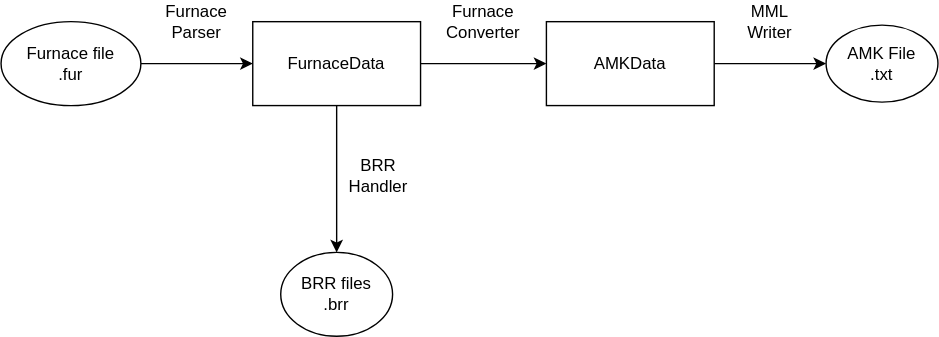
This is doc/fur2amk_arch.svg from schematuna/fur2amk, a draw.io export, as it was before one commit. Source tidied: cells renumbered, new cells last; positions are measured from the earlier drawing's top-left corner, leaving out a move shared by most shapes. The source it was exported from:
```xml
<mxGraphModel>
  <root>
    <mxCell id="0" />
    <mxCell id="1" parent="0" />
    <mxCell id="2" style="edgeStyle=orthogonalEdgeStyle;rounded=0;jettySize=auto;html=1;" parent="1" edge="1" source="3" target="6">
      <mxGeometry relative="1" as="geometry" />
    </mxCell>
    <mxCell id="3" value="&lt;div&gt;Furnace file&lt;/div&gt;&lt;div&gt;.fur&lt;/div&gt;" style="ellipse;whiteSpace=wrap;html=1;" parent="1" vertex="1">
      <mxGeometry y="15" width="100" height="60" as="geometry" />
    </mxCell>
    <mxCell id="4" style="edgeStyle=orthogonalEdgeStyle;rounded=0;jettySize=auto;html=1;" parent="1" edge="1" source="6" target="9">
      <mxGeometry relative="1" as="geometry" />
    </mxCell>
    <mxCell id="5" style="edgeStyle=orthogonalEdgeStyle;rounded=0;jettySize=auto;html=1;" parent="1" edge="1" source="6" target="13">
      <mxGeometry relative="1" as="geometry" />
    </mxCell>
    <mxCell id="6" value="&lt;div&gt;FurnaceData&lt;/div&gt;" style="whiteSpace=wrap;html=1;" parent="1" vertex="1">
      <mxGeometry x="180" y="15" width="120" height="60" as="geometry" />
    </mxCell>
    <mxCell id="7" value="&lt;div&gt;Furnace Parser&lt;/div&gt;" style="text;html=1;whiteSpace=wrap;strokeColor=none;fillColor=none;align=center;verticalAlign=middle;rounded=0;" parent="1" vertex="1">
      <mxGeometry x="110" width="60" height="30" as="geometry" />
    </mxCell>
    <mxCell id="8" style="edgeStyle=orthogonalEdgeStyle;rounded=0;jettySize=auto;html=1;" parent="1" edge="1" source="9" target="11">
      <mxGeometry relative="1" as="geometry" />
    </mxCell>
    <mxCell id="9" value="AMKData" style="whiteSpace=wrap;html=1;" parent="1" vertex="1">
      <mxGeometry x="390" y="15" width="120" height="60" as="geometry" />
    </mxCell>
    <mxCell id="10" value="&lt;div&gt;Furnace&lt;/div&gt;&lt;div&gt;Converter&lt;/div&gt;" style="text;html=1;whiteSpace=wrap;strokeColor=none;fillColor=none;align=center;verticalAlign=middle;rounded=0;" parent="1" vertex="1">
      <mxGeometry x="315" width="60" height="30" as="geometry" />
    </mxCell>
    <mxCell id="11" value="&lt;div&gt;AMK File&lt;/div&gt;&lt;div&gt;.txt&lt;/div&gt;" style="ellipse;whiteSpace=wrap;html=1;" parent="1" vertex="1">
      <mxGeometry x="590" y="17.5" width="80" height="55" as="geometry" />
    </mxCell>
    <mxCell id="12" value="&lt;div&gt;MML&lt;/div&gt;&lt;div&gt;Writer&lt;/div&gt;" style="text;html=1;whiteSpace=wrap;strokeColor=none;fillColor=none;align=center;verticalAlign=middle;rounded=0;" parent="1" vertex="1">
      <mxGeometry x="520" width="60" height="30" as="geometry" />
    </mxCell>
    <mxCell id="13" value="&lt;div&gt;BRR files&lt;/div&gt;&lt;div&gt;.brr&lt;/div&gt;" style="ellipse;whiteSpace=wrap;html=1;" parent="1" vertex="1">
      <mxGeometry x="200" y="180" width="80" height="60" as="geometry" />
    </mxCell>
    <mxCell id="14" value="&lt;div&gt;BRR&lt;/div&gt;&lt;div&gt;Handler&lt;/div&gt;" style="text;html=1;whiteSpace=wrap;strokeColor=none;fillColor=none;align=center;verticalAlign=middle;rounded=0;" parent="1" vertex="1">
      <mxGeometry x="240" y="110" width="60" height="30" as="geometry" />
    </mxCell>
  </root>
</mxGraphModel>
```
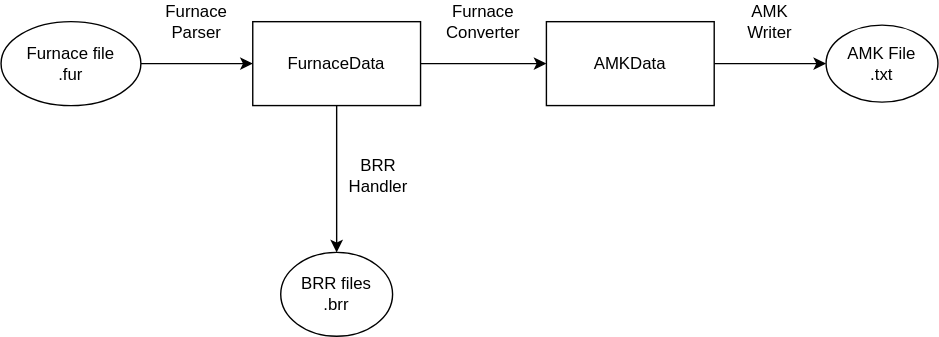
Above is the later version.

Commit message:
Update arch diagram

Change to the diagram source:
```diff
@@ -32,7 +32,7 @@
     <mxCell id="11" value="&lt;div&gt;AMK File&lt;/div&gt;&lt;div&gt;.txt&lt;/div&gt;" style="ellipse;whiteSpace=wrap;html=1;" parent="1" vertex="1">
       <mxGeometry x="590" y="17.5" width="80" height="55" as="geometry" />
     </mxCell>
-    <mxCell id="12" value="&lt;div&gt;MML&lt;/div&gt;&lt;div&gt;Writer&lt;/div&gt;" style="text;html=1;whiteSpace=wrap;strokeColor=none;fillColor=none;align=center;verticalAlign=middle;rounded=0;" parent="1" vertex="1">
+    <mxCell id="12" value="&lt;div&gt;AMK&lt;/div&gt;&lt;div&gt;Writer&lt;/div&gt;" style="text;html=1;whiteSpace=wrap;strokeColor=none;fillColor=none;align=center;verticalAlign=middle;rounded=0;" parent="1" vertex="1">
       <mxGeometry x="520" width="60" height="30" as="geometry" />
     </mxCell>
     <mxCell id="13" value="&lt;div&gt;BRR files&lt;/div&gt;&lt;div&gt;.brr&lt;/div&gt;" style="ellipse;whiteSpace=wrap;html=1;" parent="1" vertex="1">
```
